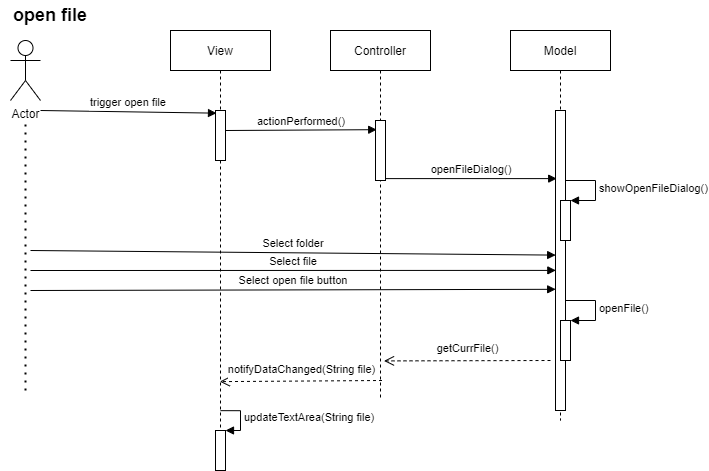
Before: Laboration1/UML/openfile.drawio.png, a diagram exported from draw.io (Johanced/2021-isgc08-Cederhag). Source tidied: cells renumbered, new cells last; positions are measured from the earlier drawing's top-left corner, leaving out a move shared by most shapes.
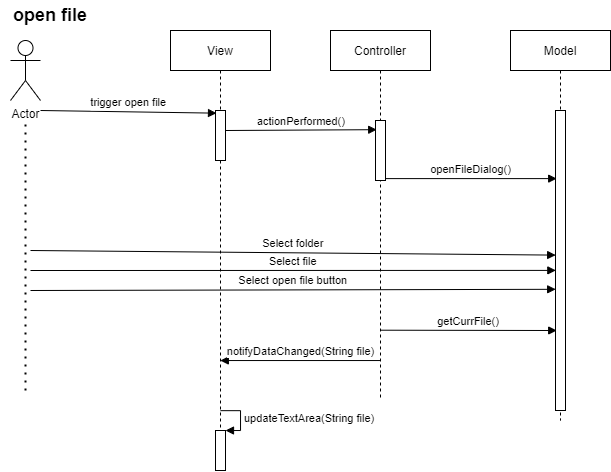
The same diagram one commit later.

Change to the diagram source:
```diff
@@ -18,34 +18,17 @@
         <mxPoint x="-300" y="240" as="sourcePoint" />
       </mxGeometry>
     </mxCell>
+    <mxCell id="24" value="getCurrFile()" style="verticalAlign=bottom;endArrow=block;entryX=0.121;entryY=0.227;shadow=0;strokeWidth=1;entryDx=0;entryDy=0;entryPerimeter=0;exitX=0.498;exitY=0.81;exitDx=0;exitDy=0;exitPerimeter=0;" parent="2" edge="1" source="2">
+      <mxGeometry relative="1" as="geometry">
+        <mxPoint x="226.2" y="300" as="targetPoint" />
+      </mxGeometry>
+    </mxCell>
     <mxCell id="6" value="Model" style="shape=umlLifeline;perimeter=lifelinePerimeter;rounded=0;shadow=0;strokeWidth=1;" parent="1" vertex="1">
       <mxGeometry x="510" y="30" width="100" height="390" as="geometry" />
     </mxCell>
     <mxCell id="7" style="points=[];perimeter=orthogonalPerimeter;rounded=0;shadow=0;strokeWidth=1;" parent="6" vertex="1">
       <mxGeometry x="45" y="80" width="10" height="300" as="geometry" />
     </mxCell>
-    <mxCell id="8" style="html=1;points=[];perimeter=orthogonalPerimeter;" parent="6" vertex="1">
-      <mxGeometry x="50" y="170" width="10" height="40" as="geometry" />
-    </mxCell>
-    <mxCell id="9" value="showOpenFileDialog()" style="edgeStyle=orthogonalEdgeStyle;html=1;align=left;spacingLeft=2;endArrow=block;rounded=0;entryX=1;entryY=0;" parent="6" edge="1" target="8">
-      <mxGeometry relative="1" as="geometry">
-        <mxPoint x="55" y="150" as="sourcePoint" />
-        <Array as="points">
-          <mxPoint x="85" y="150" />
-        </Array>
-      </mxGeometry>
-    </mxCell>
-    <mxCell id="10" style="html=1;points=[];perimeter=orthogonalPerimeter;" parent="6" vertex="1">
-      <mxGeometry x="50" y="290" width="10" height="40" as="geometry" />
-    </mxCell>
-    <mxCell id="11" value="openFile()" style="edgeStyle=orthogonalEdgeStyle;html=1;align=left;spacingLeft=2;endArrow=block;rounded=0;entryX=1;entryY=0;" parent="6" edge="1" target="10">
-      <mxGeometry relative="1" as="geometry">
-        <mxPoint x="55" y="270" as="sourcePoint" />
-        <Array as="points">
-          <mxPoint x="85" y="270" />
-        </Array>
-      </mxGeometry>
-    </mxCell>
     <mxCell id="12" value="openFileDialog()" style="verticalAlign=bottom;endArrow=block;entryX=0.121;entryY=0.227;shadow=0;strokeWidth=1;entryDx=0;entryDy=0;entryPerimeter=0;" parent="1" edge="1" source="3" target="7">
       <mxGeometry relative="1" as="geometry" />
     </mxCell>
@@ -63,11 +46,6 @@
     <mxCell id="16" style="points=[];perimeter=orthogonalPerimeter;rounded=0;shadow=0;strokeWidth=1;" parent="15" vertex="1">
       <mxGeometry x="45" y="80" width="10" height="50" as="geometry" />
     </mxCell>
-    <mxCell id="17" value="&lt;font style=&quot;font-size: 11px&quot;&gt;notifyDataChanged(String file)&lt;/font&gt;" style="html=1;verticalAlign=bottom;endArrow=open;dashed=1;endSize=8;rounded=0;fontSize=18;entryX=0.493;entryY=0.798;entryDx=0;entryDy=0;entryPerimeter=0;" parent="15" edge="1" target="15">
-      <mxGeometry relative="1" as="geometry">
-        <mxPoint x="211.5" y="350" as="sourcePoint" />
-      </mxGeometry>
-    </mxCell>
     <mxCell id="18" style="html=1;points=[];perimeter=orthogonalPerimeter;fontSize=11;" parent="15" vertex="1">
       <mxGeometry x="45" y="400" width="10" height="40" as="geometry" />
     </mxCell>
@@ -98,10 +76,8 @@
     <mxCell id="23" value="&lt;b&gt;open file&lt;/b&gt;" style="text;html=1;strokeColor=none;fillColor=none;align=center;verticalAlign=middle;whiteSpace=wrap;rounded=0;fontSize=18;" parent="1" vertex="1">
       <mxGeometry width="100" height="30" as="geometry" />
     </mxCell>
-    <mxCell id="24" value="&lt;font style=&quot;font-size: 11px&quot;&gt;getCurrFile()&lt;/font&gt;" style="html=1;verticalAlign=bottom;endArrow=open;dashed=1;endSize=8;rounded=0;fontSize=18;entryX=0.535;entryY=0.893;entryDx=0;entryDy=0;entryPerimeter=0;" parent="1" edge="1" target="2">
-      <mxGeometry relative="1" as="geometry">
-        <mxPoint x="550" y="360" as="sourcePoint" />
-      </mxGeometry>
-    </mxCell>
+    <mxCell id="17" value="notifyDataChanged(String file)" style="html=1;verticalAlign=bottom;endArrow=block;rounded=0;exitX=0.5;exitY=0.892;exitDx=0;exitDy=0;exitPerimeter=0;" parent="1" edge="1" source="2" target="15">
+      <mxGeometry relative="1" as="geometry" />
+    </mxCell>
   </root>
 </mxGraphModel>
```
